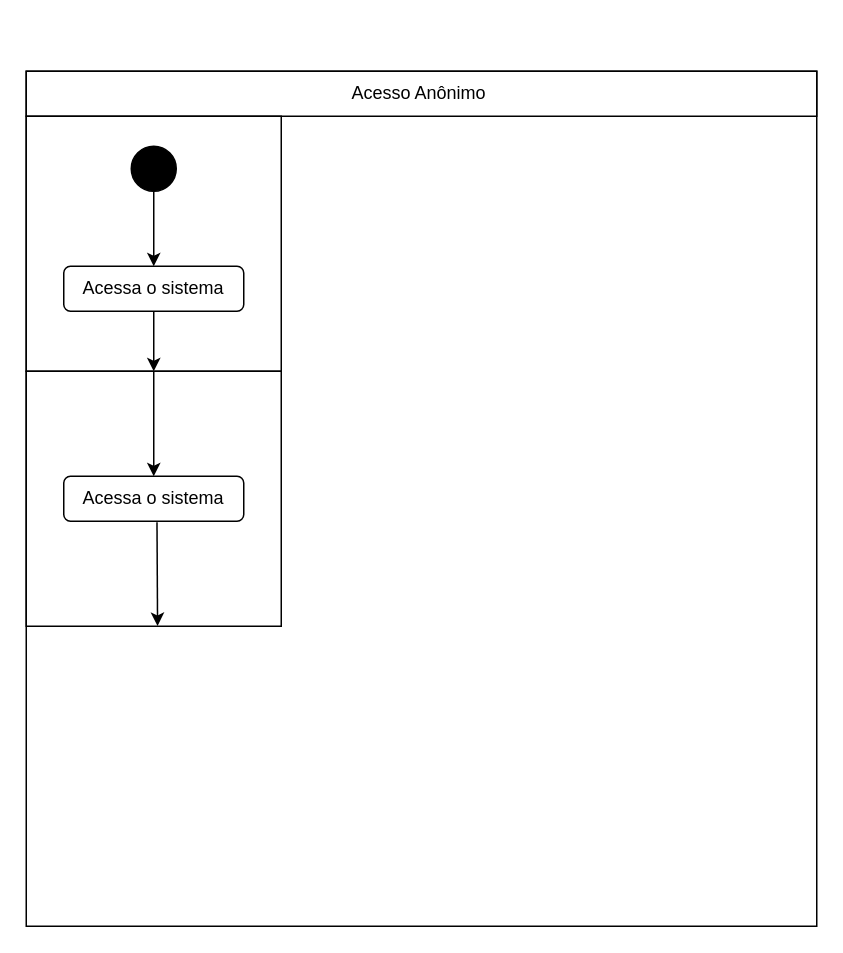
Above: page "Page-3" (3 of 3) of fluxogramas/fluxograma_rebuild_plants.drawio in caioliveira277/drawio-fluxogramas (draw.io), before the change. Source tidied: cells renumbered, new cells numbered last; positions are measured from the earlier drawing's top-left corner, leaving out a move shared by most shapes. Both pictures are drawn from the tidied source at 150%, with x=0, y=0 at pixel (26, 70).
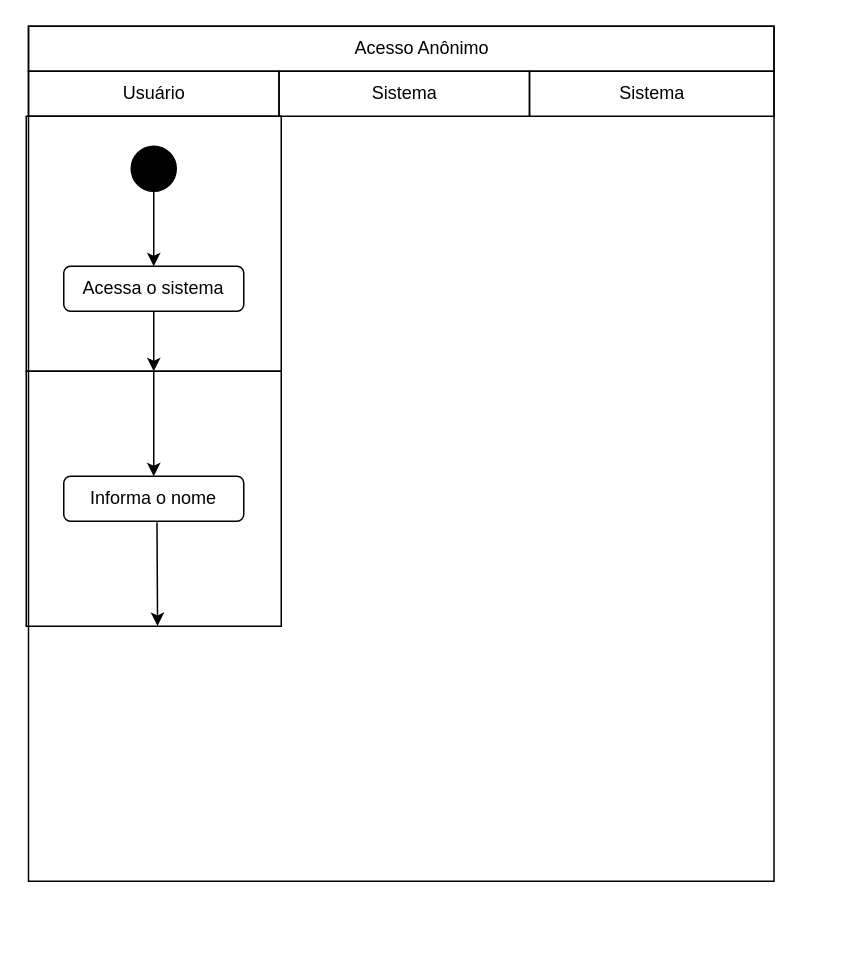
After the change.

Change to the diagram source:
```diff
@@
 <mxGraphModel>
   <root>
     <mxCell id="0" />
     <mxCell id="1" parent="0" />
     <mxCell id="2" style="rounded=0;whiteSpace=wrap;html=1;fillColor=#ffffff;" parent="1" vertex="1">
-      <mxGeometry width="527" height="570" as="geometry" />
+      <mxGeometry x="1.5" y="-30" width="497" height="570" as="geometry" />
     </mxCell>
     <mxCell id="3" style="rounded=0;whiteSpace=wrap;html=1;fillColor=none;strokeColor=#000000;" parent="1" vertex="1">
-      <mxGeometry width="527" height="30" as="geometry" />
+      <mxGeometry x="1.5" y="-30" width="497" height="30" as="geometry" />
     </mxCell>
     <mxCell id="4" value="Acesso Anônimo" style="text;html=1;align=center;verticalAlign=middle;whiteSpace=wrap;rounded=0;fontColor=#000000;" parent="1" vertex="1">
-      <mxGeometry x="210" y="7.5" width="103.5" height="15" as="geometry" />
+      <mxGeometry x="211.5" y="-22.5" width="103.5" height="15" as="geometry" />
     </mxCell>
     <mxCell id="5" style="whiteSpace=wrap;html=1;fillColor=none;strokeColor=#000000;" parent="1" vertex="1">
       <mxGeometry y="30" width="170" height="170" as="geometry" />
     </mxCell>
     <mxCell id="6" style="edgeStyle=orthogonalEdgeStyle;rounded=0;jettySize=auto;html=1;entryX=0.5;entryY=0;entryDx=0;entryDy=0;strokeColor=#000000;" parent="1" edge="1" source="7" target="9">
       <mxGeometry relative="1" as="geometry" />
     </mxCell>
     <mxCell id="7" style="ellipse;whiteSpace=wrap;html=1;strokeColor=#000000;fillColor=#000000;" parent="1" vertex="1">
       <mxGeometry x="70" y="50" width="30" height="30" as="geometry" />
     </mxCell>
     <mxCell id="8" style="edgeStyle=orthogonalEdgeStyle;rounded=0;jettySize=auto;html=1;strokeColor=#000000;" parent="1" edge="1" source="9">
       <mxGeometry relative="1" as="geometry">
         <mxPoint x="85" y="200" as="targetPoint" />
       </mxGeometry>
     </mxCell>
     <mxCell id="9" value="&lt;font color=&quot;#000000&quot;&gt;Acessa o sistema&lt;/font&gt;" style="rounded=1;whiteSpace=wrap;html=1;fillColor=none;strokeColor=#000000;" parent="1" vertex="1">
       <mxGeometry x="25" y="130" width="120" height="30" as="geometry" />
     </mxCell>
     <mxCell id="10" style="whiteSpace=wrap;html=1;fillColor=none;strokeColor=#000000;" parent="1" vertex="1">
       <mxGeometry y="200" width="170" height="170" as="geometry" />
     </mxCell>
-    <mxCell id="11" value="&lt;font color=&quot;#000000&quot;&gt;Acessa o sistema&lt;/font&gt;" style="rounded=1;whiteSpace=wrap;html=1;fillColor=none;strokeColor=#000000;" parent="1" vertex="1">
+    <mxCell id="11" value="&lt;font color=&quot;#000000&quot;&gt;Informa o nome&lt;/font&gt;" style="rounded=1;whiteSpace=wrap;html=1;fillColor=none;strokeColor=#000000;" parent="1" vertex="1">
       <mxGeometry x="25" y="270" width="120" height="30" as="geometry" />
     </mxCell>
     <mxCell id="12" style="endArrow=classic;html=1;strokeColor=#000000;exitX=0.5;exitY=0;exitDx=0;exitDy=0;" parent="1" edge="1" source="10">
       <mxGeometry relative="1" as="geometry">
         <mxPoint x="85" y="270" as="targetPoint" />
       </mxGeometry>
     </mxCell>
     <mxCell id="13" style="endArrow=classic;html=1;strokeColor=#000000;entryX=0.515;entryY=0.999;entryDx=0;entryDy=0;entryPerimeter=0;exitX=0.518;exitY=1.023;exitDx=0;exitDy=0;exitPerimeter=0;" parent="1" edge="1" source="11" target="10">
       <mxGeometry relative="1" as="geometry" />
     </mxCell>
+    <mxCell id="14" value="&lt;font color=&quot;#000000&quot;&gt;Usuário&lt;/font&gt;" style="rounded=0;whiteSpace=wrap;html=1;fillColor=none;strokeColor=#000000;" parent="1" vertex="1">
+      <mxGeometry x="1.5" width="167" height="30" as="geometry" />
+    </mxCell>
+    <mxCell id="15" value="&lt;font color=&quot;#000000&quot;&gt;Sistema&lt;/font&gt;" style="rounded=0;whiteSpace=wrap;html=1;fillColor=none;strokeColor=#000000;" parent="1" vertex="1">
+      <mxGeometry x="168.5" width="167" height="30" as="geometry" />
+    </mxCell>
+    <mxCell id="16" value="&lt;font color=&quot;#000000&quot;&gt;Sistema&lt;/font&gt;" style="rounded=0;whiteSpace=wrap;html=1;fillColor=none;strokeColor=#000000;" parent="1" vertex="1">
+      <mxGeometry x="335.5" width="163" height="30" as="geometry" />
+    </mxCell>
   </root>
 </mxGraphModel>
```
